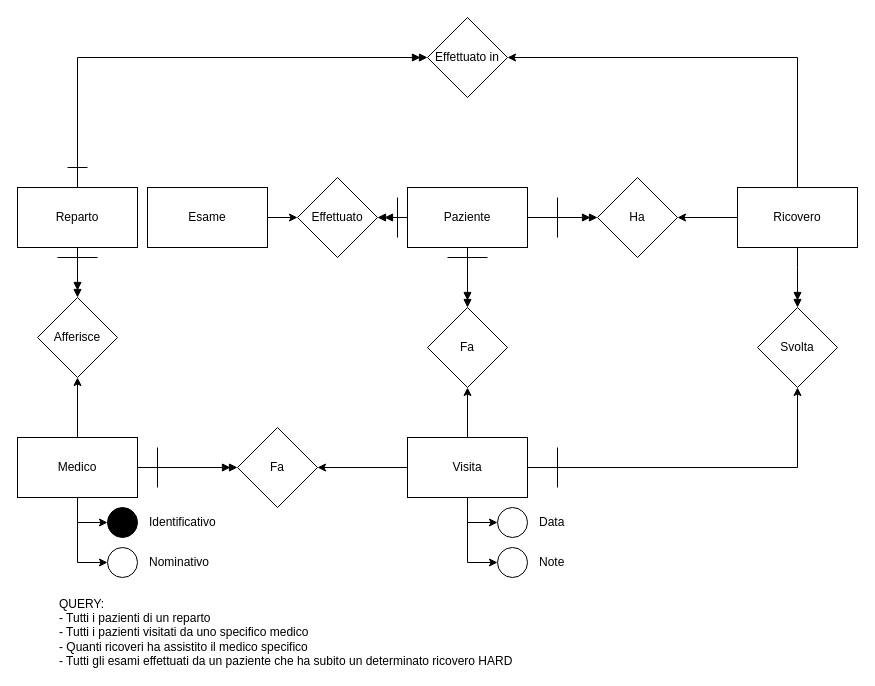
Before: page "Pagina-3" (3 of 3) of DiagrammaER_1.drawio in johnnypax/its_35_mysql, a draw.io diagram. Source tidied: cells renumbered, new cells numbered last; positions are measured from the earlier drawing's top-left corner, leaving out a move shared by most shapes. Both pictures are drawn from the tidied source at 100%, with x=0, y=0 at pixel (17, 17).
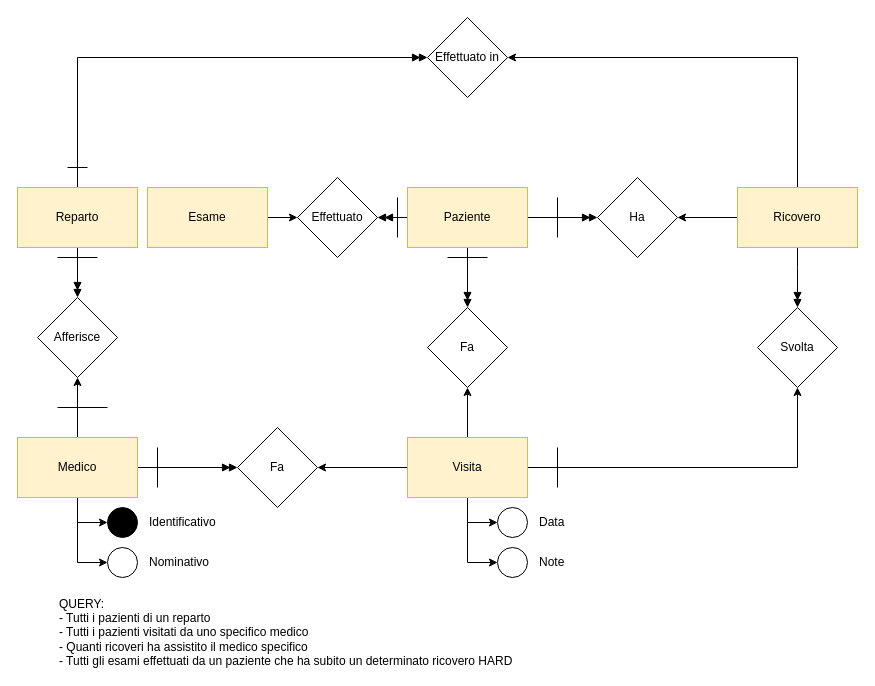
After the change.

Change to the diagram source:
```diff
@@
-    <mxCell id="5" value="Paziente" style="rounded=0;whiteSpace=wrap;html=1;" parent="1" vertex="1">
+    <mxCell id="5" value="Paziente" style="rounded=0;whiteSpace=wrap;html=1;fillColor=#fff2cc;strokeColor=#d6b656;" parent="1" vertex="1">
       <mxGeometry x="390" y="170" width="120" height="60" as="geometry" />
     </mxCell>
@@
-    <mxCell id="9" value="Ricovero" style="rounded=0;whiteSpace=wrap;html=1;" parent="1" vertex="1">
+    <mxCell id="9" value="Ricovero" style="rounded=0;whiteSpace=wrap;html=1;fillColor=#fff2cc;strokeColor=#d6b656;" parent="1" vertex="1">
       <mxGeometry x="720" y="170" width="120" height="60" as="geometry" />
     </mxCell>
@@
-    <mxCell id="12" value="Reparto" style="rounded=0;whiteSpace=wrap;html=1;" parent="1" vertex="1">
+    <mxCell id="12" value="Reparto" style="rounded=0;whiteSpace=wrap;html=1;fillColor=#fff2cc;strokeColor=#d6b656;" parent="1" vertex="1">
       <mxGeometry y="170" width="120" height="60" as="geometry" />
     </mxCell>
@@
-    <mxCell id="17" value="Medico" style="rounded=0;whiteSpace=wrap;html=1;" parent="1" vertex="1">
+    <mxCell id="17" value="Medico" style="rounded=0;whiteSpace=wrap;html=1;fillColor=#fff2cc;strokeColor=#d6b656;" parent="1" vertex="1">
       <mxGeometry y="420" width="120" height="60" as="geometry" />
     </mxCell>
@@
-    <mxCell id="23" value="Visita" style="rounded=0;whiteSpace=wrap;html=1;" parent="1" vertex="1">
+    <mxCell id="23" value="Visita" style="rounded=0;whiteSpace=wrap;html=1;fillColor=#fff2cc;strokeColor=#d6b656;" parent="1" vertex="1">
       <mxGeometry x="390" y="420" width="120" height="60" as="geometry" />
     </mxCell>
@@
-    <mxCell id="25" value="Esame" style="rounded=0;whiteSpace=wrap;html=1;" parent="1" vertex="1">
+    <mxCell id="25" value="Esame" style="rounded=0;whiteSpace=wrap;html=1;fillColor=#fff2cc;strokeColor=#d6b656;" parent="1" vertex="1">
       <mxGeometry x="130" y="170" width="120" height="60" as="geometry" />
     </mxCell>
@@
+    <mxCell id="49" style="endArrow=none;html=1;rounded=0;" parent="1" edge="1">
+      <mxGeometry relative="1" as="geometry">
+        <mxPoint x="40" y="390" as="sourcePoint" />
+        <mxPoint x="90" y="390" as="targetPoint" />
+      </mxGeometry>
+    </mxCell>
```
